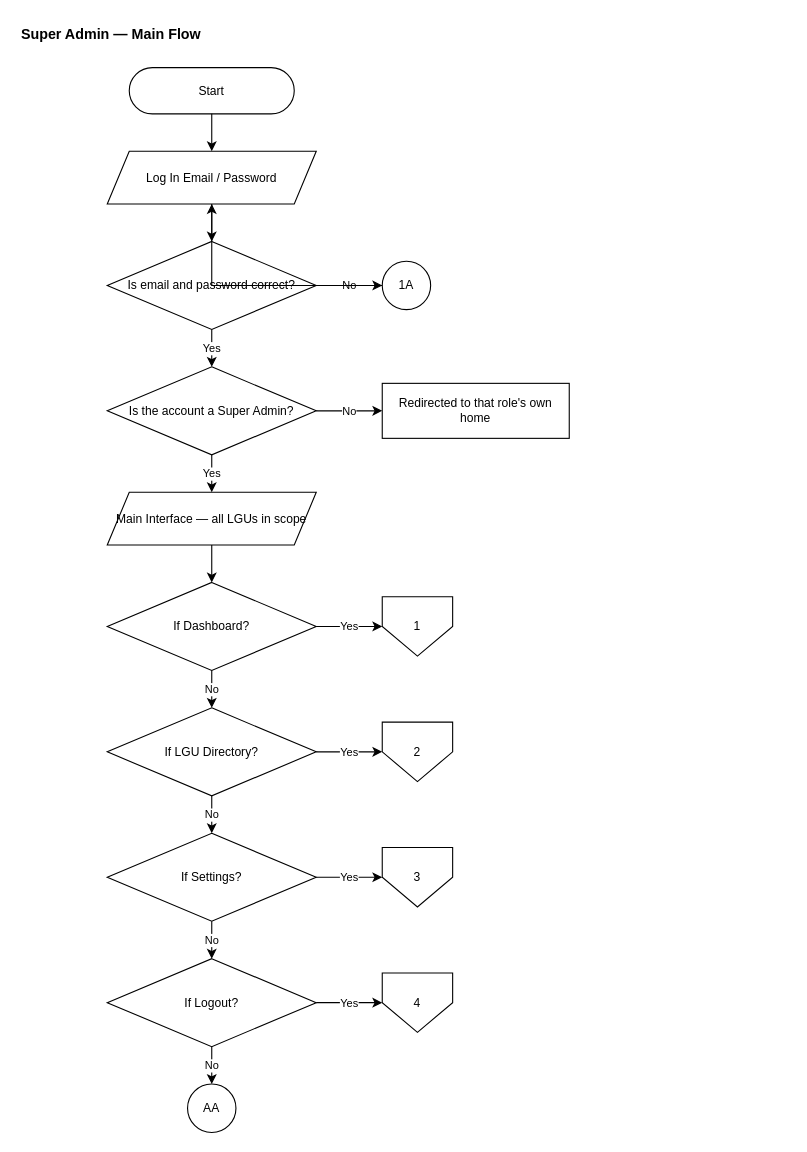
The draw.io diagram page "Super Admin — Main Flow" (1 of 8) of Docs/Flowcharts/drawio/03-Super-Admin.drawio in MellowLaw/AGAPP, before the edit. Source tidied: cells renumbered, new cells numbered last; positions are measured from the earlier drawing's top-left corner, leaving out a move shared by most shapes. Both pictures are drawn from the tidied source at 110%, with x=0, y=0 at pixel (19, 19).
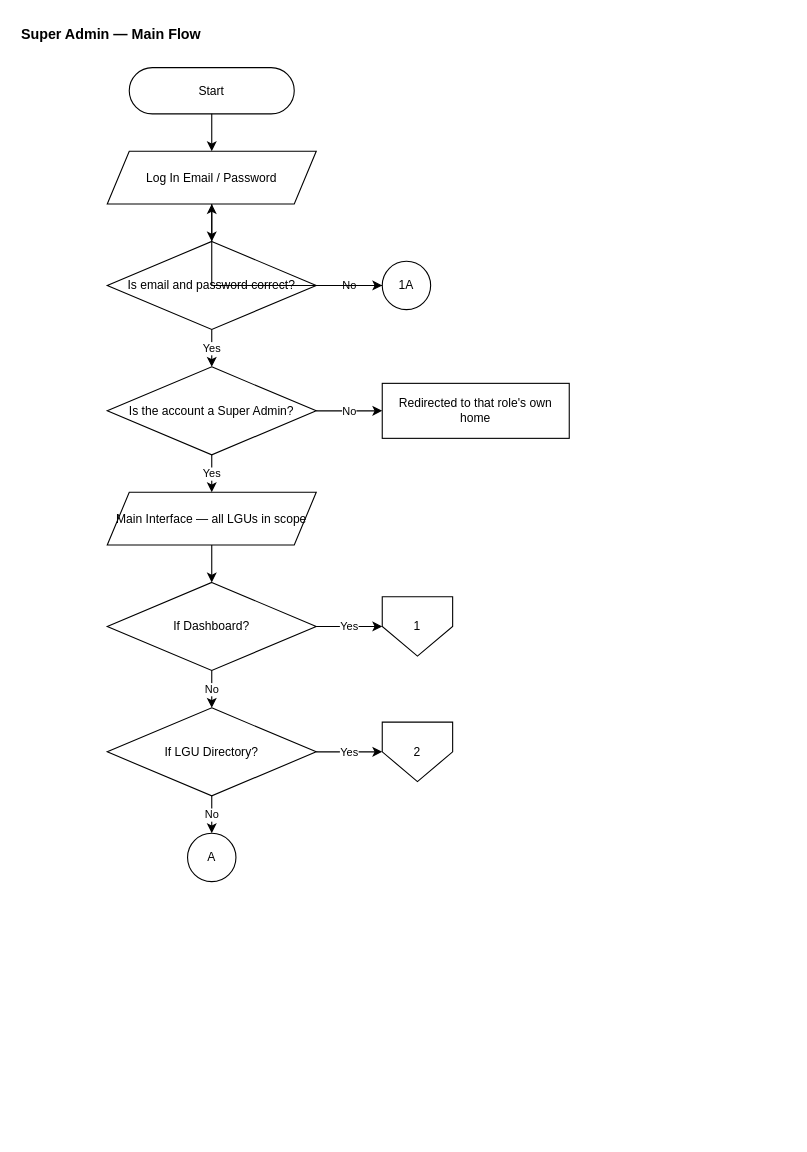
The same diagram, later.

The change refers to these unchanged cells:
```xml
<mxCell id="12" value="If LGU Directory?" style="rhombus;whiteSpace=wrap;html=1;fillColor=#FFFFFF;strokeColor=#000000;fontColor=#000000;fontSize=11;" parent="1" vertex="1">
  <mxGeometry x="80" y="626" width="190" height="80" as="geometry" />
</mxCell>
```

Diff of the diagram source:
```diff
@@
-    <mxCell id="14" value="If Settings?" style="rhombus;whiteSpace=wrap;html=1;fillColor=#FFFFFF;strokeColor=#000000;fontColor=#000000;fontSize=11;" parent="1" vertex="1">
-      <mxGeometry x="80" y="740" width="190" height="80" as="geometry" />
-    </mxCell>
-    <mxCell id="15" value="3" style="shape=offPageConnector;whiteSpace=wrap;html=1;size=0.5;fillColor=#FFFFFF;strokeColor=#000000;fontColor=#000000;fontSize=11;" parent="1" vertex="1">
-      <mxGeometry x="330" y="753" width="64" height="54" as="geometry" />
-    </mxCell>
-    <mxCell id="16" value="If Logout?" style="rhombus;whiteSpace=wrap;html=1;fillColor=#FFFFFF;strokeColor=#000000;fontColor=#000000;fontSize=11;" parent="1" vertex="1">
-      <mxGeometry x="80" y="854" width="190" height="80" as="geometry" />
-    </mxCell>
-    <mxCell id="17" value="4" style="shape=offPageConnector;whiteSpace=wrap;html=1;size=0.5;fillColor=#FFFFFF;strokeColor=#000000;fontColor=#000000;fontSize=11;" parent="1" vertex="1">
-      <mxGeometry x="330" y="867" width="64" height="54" as="geometry" />
-    </mxCell>
-    <mxCell id="18" value="AA" style="ellipse;whiteSpace=wrap;html=1;fillColor=#FFFFFF;strokeColor=#000000;fontColor=#000000;fontSize=11;" parent="1" vertex="1">
-      <mxGeometry x="153" y="968" width="44" height="44" as="geometry" />
-    </mxCell>
+    <mxCell id="35" value="A" style="ellipse;whiteSpace=wrap;html=1;fillColor=#FFFFFF;strokeColor=#000000;fontColor=#000000;fontSize=11;" parent="1" vertex="1">
+      <mxGeometry x="153" y="740" width="44" height="44" as="geometry" />
+    </mxCell>
@@
-    <mxCell id="30" value="No" style="edgeStyle=orthogonalEdgeStyle;rounded=0;html=1;strokeColor=#000000;endArrow=classic;fontSize=10;" parent="1" edge="1" source="12" target="14">
+    <mxCell id="30" value="No" style="edgeStyle=orthogonalEdgeStyle;rounded=0;html=1;strokeColor=#000000;endArrow=classic;fontSize=10;" parent="1" edge="1" source="12" target="35">
       <mxGeometry relative="1" as="geometry" />
     </mxCell>
-    <mxCell id="31" value="Yes" style="edgeStyle=orthogonalEdgeStyle;rounded=0;html=1;strokeColor=#000000;endArrow=classic;fontSize=10;" parent="1" edge="1" source="14" target="15">
-      <mxGeometry relative="1" as="geometry" />
-    </mxCell>
-    <mxCell id="32" value="No" style="edgeStyle=orthogonalEdgeStyle;rounded=0;html=1;strokeColor=#000000;endArrow=classic;fontSize=10;" parent="1" edge="1" source="14" target="16">
-      <mxGeometry relative="1" as="geometry" />
-    </mxCell>
-    <mxCell id="33" value="Yes" style="edgeStyle=orthogonalEdgeStyle;rounded=0;html=1;strokeColor=#000000;endArrow=classic;fontSize=10;" parent="1" edge="1" source="16" target="17">
-      <mxGeometry relative="1" as="geometry" />
-    </mxCell>
-    <mxCell id="34" value="No" style="edgeStyle=orthogonalEdgeStyle;rounded=0;html=1;strokeColor=#000000;endArrow=classic;fontSize=10;" parent="1" edge="1" source="16" target="18">
-      <mxGeometry relative="1" as="geometry" />
-    </mxCell>
```
